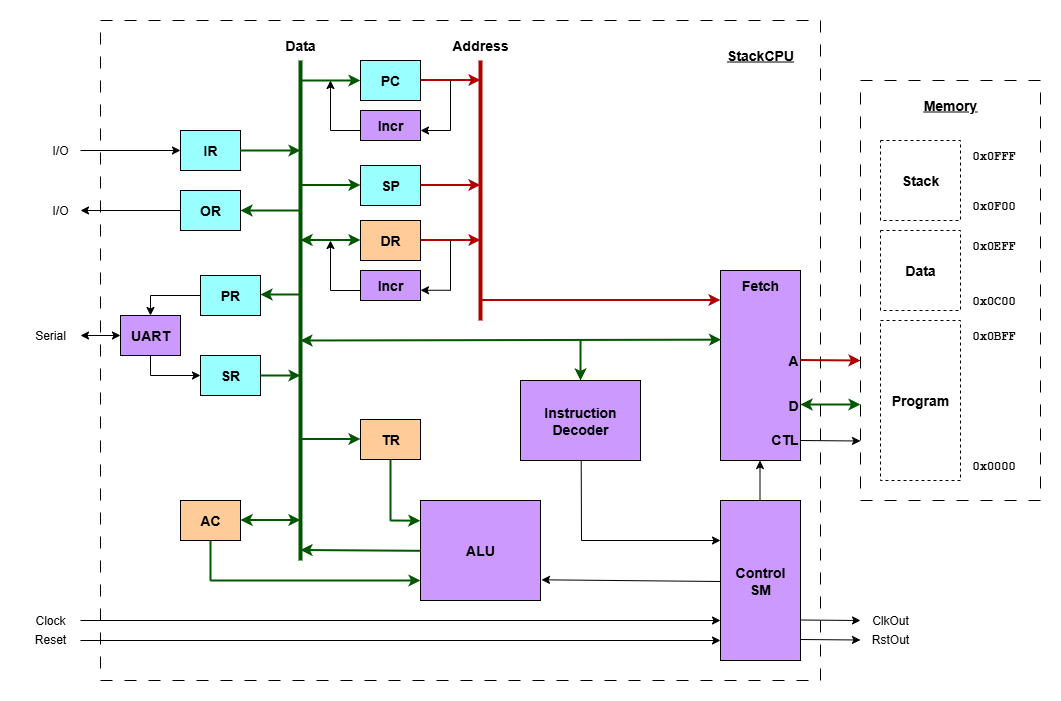
Before: docs/StackCPU-Architecture.png, a diagram exported from draw.io (dervish77/StackCPU). Source tidied: cells renumbered, new cells last; positions are measured from the earlier drawing's top-left corner, leaving out a move shared by most shapes.
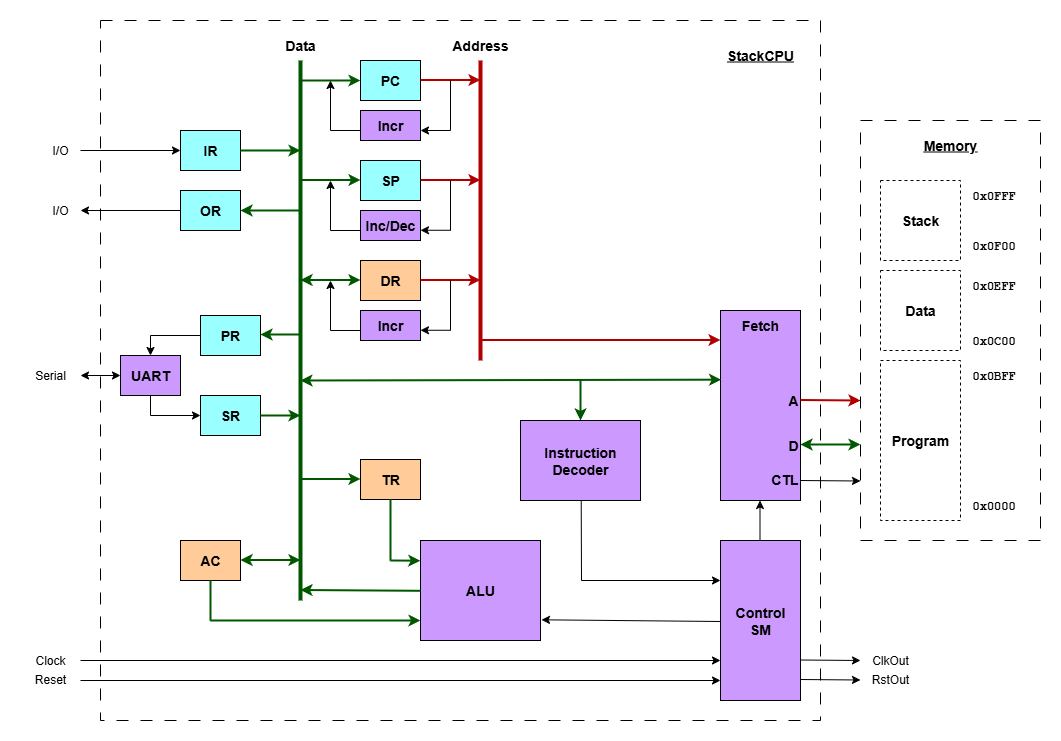
The same file after the commit.

Commit message:
added 'inc/dec' block to SP register on arch diagram

Diff of the diagram source:
```diff
@@ -6,10 +6,10 @@
       <mxGeometry x="840" y="60" width="180" height="420" as="geometry" />
     </mxCell>
     <mxCell id="3" style="rounded=0;whiteSpace=wrap;html=1;dashed=1;dashPattern=12 12;" parent="1" vertex="1">
-      <mxGeometry x="80" width="720" height="660" as="geometry" />
+      <mxGeometry x="80" y="-40" width="720" height="700" as="geometry" />
     </mxCell>
     <mxCell id="4" value="&lt;font style=&quot;font-size: 14px;&quot;&gt;&lt;b&gt;PC&lt;/b&gt;&lt;/font&gt;" style="rounded=0;whiteSpace=wrap;html=1;fillColor=#99FFFF;" parent="1" vertex="1">
-      <mxGeometry x="340" y="40" width="60" height="40" as="geometry" />
+      <mxGeometry x="340" width="60" height="40" as="geometry" />
     </mxCell>
     <mxCell id="5" value="&lt;font style=&quot;font-size: 14px;&quot;&gt;&lt;b&gt;Stack&lt;/b&gt;&lt;/font&gt;" style="rounded=0;whiteSpace=wrap;html=1;dashed=1;" parent="1" vertex="1">
       <mxGeometry x="860" y="120" width="80" height="80" as="geometry" />
@@ -39,7 +39,7 @@
       <mxGeometry x="950" y="120" width="60" height="30" as="geometry" />
     </mxCell>
     <mxCell id="14" value="&lt;font style=&quot;font-size: 14px;&quot;&gt;&lt;b&gt;SP&lt;/b&gt;&lt;/font&gt;" style="rounded=0;whiteSpace=wrap;html=1;fillColor=#99FFFF;" parent="1" vertex="1">
-      <mxGeometry x="340" y="145" width="60" height="40" as="geometry" />
+      <mxGeometry x="340" y="100" width="60" height="40" as="geometry" />
     </mxCell>
     <mxCell id="15" value="&lt;font style=&quot;font-size: 14px;&quot;&gt;&lt;b&gt;DR&lt;/b&gt;&lt;/font&gt;" style="rounded=0;whiteSpace=wrap;html=1;fillColor=#FFCC99;" parent="1" vertex="1">
       <mxGeometry x="340" y="200" width="60" height="40" as="geometry" />
@@ -48,10 +48,10 @@
       <mxGeometry x="160" y="480" width="60" height="40" as="geometry" />
     </mxCell>
     <mxCell id="17" value="&lt;font style=&quot;font-size: 14px;&quot;&gt;&lt;b&gt;IR&lt;/b&gt;&lt;/font&gt;" style="rounded=0;whiteSpace=wrap;html=1;fillColor=#99FFFF;" parent="1" vertex="1">
-      <mxGeometry x="160" y="110" width="60" height="40" as="geometry" />
+      <mxGeometry x="160" y="70" width="60" height="40" as="geometry" />
     </mxCell>
     <mxCell id="18" value="&lt;font style=&quot;font-size: 14px;&quot;&gt;&lt;b&gt;OR&lt;/b&gt;&lt;/font&gt;" style="rounded=0;whiteSpace=wrap;html=1;fillColor=#99FFFF;" parent="1" vertex="1">
-      <mxGeometry x="160" y="170" width="60" height="40" as="geometry" />
+      <mxGeometry x="160" y="130" width="60" height="40" as="geometry" />
     </mxCell>
     <mxCell id="19" value="&lt;font style=&quot;font-size: 14px;&quot;&gt;&lt;b&gt;PR&lt;/b&gt;&lt;/font&gt;" style="rounded=0;whiteSpace=wrap;html=1;fillColor=#99FFFF;" parent="1" vertex="1">
       <mxGeometry x="180" y="255" width="60" height="40" as="geometry" />
@@ -68,45 +68,43 @@
     <mxCell id="23" value="&lt;font style=&quot;font-size: 14px;&quot;&gt;&lt;b&gt;Control&lt;/b&gt;&lt;/font&gt;&lt;div&gt;&lt;font style=&quot;font-size: 14px;&quot;&gt;&lt;b&gt;SM&lt;/b&gt;&lt;/font&gt;&lt;/div&gt;" style="rounded=0;whiteSpace=wrap;html=1;fillColor=#CC99FF;" parent="1" vertex="1">
       <mxGeometry x="700" y="480" width="80" height="160" as="geometry" />
     </mxCell>
-    <mxCell id="24" style="endArrow=none;html=1;rounded=0;strokeWidth=4;fillColor=#008a00;strokeColor=#005700;" parent="1" edge="1">
+    <mxCell id="24" style="endArrow=none;html=1;rounded=0;strokeWidth=4;fillColor=#008a00;strokeColor=#005700;entryX=0.5;entryY=1;entryDx=0;entryDy=0;" parent="1" edge="1" target="26">
       <mxGeometry relative="1" as="geometry">
         <mxPoint x="280" y="540" as="sourcePoint" />
-        <mxPoint x="280" y="40" as="targetPoint" />
       </mxGeometry>
     </mxCell>
-    <mxCell id="25" style="endArrow=none;html=1;rounded=0;strokeWidth=4;fillColor=#e51400;strokeColor=#B20000;" parent="1" edge="1">
+    <mxCell id="25" style="endArrow=none;html=1;rounded=0;strokeWidth=4;fillColor=#e51400;strokeColor=#B20000;entryX=0.5;entryY=1;entryDx=0;entryDy=0;" parent="1" edge="1" target="27">
       <mxGeometry relative="1" as="geometry">
         <mxPoint x="460" y="300" as="sourcePoint" />
-        <mxPoint x="460" y="40" as="targetPoint" />
       </mxGeometry>
     </mxCell>
     <mxCell id="26" value="&lt;font style=&quot;font-size: 14px;&quot;&gt;&lt;b&gt;Data&lt;/b&gt;&lt;/font&gt;" style="text;html=1;align=center;verticalAlign=middle;whiteSpace=wrap;rounded=0;" parent="1" vertex="1">
-      <mxGeometry x="250" y="10" width="60" height="30" as="geometry" />
+      <mxGeometry x="250" y="-30" width="60" height="30" as="geometry" />
     </mxCell>
     <mxCell id="27" value="&lt;font style=&quot;font-size: 14px;&quot;&gt;&lt;b&gt;Address&lt;/b&gt;&lt;/font&gt;" style="text;html=1;align=center;verticalAlign=middle;whiteSpace=wrap;rounded=0;" parent="1" vertex="1">
-      <mxGeometry x="430" y="10" width="60" height="30" as="geometry" />
+      <mxGeometry x="430" y="-30" width="60" height="30" as="geometry" />
     </mxCell>
     <mxCell id="28" style="endArrow=classic;html=1;rounded=0;entryX=0;entryY=0.5;entryDx=0;entryDy=0;fillColor=#008a00;strokeColor=#005700;strokeWidth=2;" parent="1" edge="1" target="4">
       <mxGeometry relative="1" as="geometry">
-        <mxPoint x="280" y="60" as="sourcePoint" />
+        <mxPoint x="280" y="20" as="sourcePoint" />
       </mxGeometry>
     </mxCell>
     <mxCell id="29" style="endArrow=classic;html=1;rounded=0;entryX=0;entryY=0.5;entryDx=0;entryDy=0;fillColor=#008a00;strokeColor=#005700;strokeWidth=2;" parent="1" edge="1">
       <mxGeometry relative="1" as="geometry">
-        <mxPoint x="280" y="164.5" as="sourcePoint" />
-        <mxPoint x="340" y="164.5" as="targetPoint" />
+        <mxPoint x="280" y="119.5" as="sourcePoint" />
+        <mxPoint x="340" y="119.5" as="targetPoint" />
       </mxGeometry>
     </mxCell>
     <mxCell id="30" style="endArrow=classic;html=1;rounded=0;entryX=0;entryY=0.5;entryDx=0;entryDy=0;fillColor=#e51400;strokeColor=#B20000;strokeWidth=2;" parent="1" edge="1">
       <mxGeometry relative="1" as="geometry">
-        <mxPoint x="400" y="59.5" as="sourcePoint" />
-        <mxPoint x="460" y="59.5" as="targetPoint" />
+        <mxPoint x="400" y="19.5" as="sourcePoint" />
+        <mxPoint x="460" y="19.5" as="targetPoint" />
       </mxGeometry>
     </mxCell>
     <mxCell id="31" style="endArrow=classic;html=1;rounded=0;entryX=0;entryY=0.5;entryDx=0;entryDy=0;fillColor=#e51400;strokeColor=#B20000;strokeWidth=2;" parent="1" edge="1">
       <mxGeometry relative="1" as="geometry">
-        <mxPoint x="400" y="164.5" as="sourcePoint" />
-        <mxPoint x="460" y="164.5" as="targetPoint" />
+        <mxPoint x="400" y="119.5" as="sourcePoint" />
+        <mxPoint x="460" y="119.5" as="targetPoint" />
       </mxGeometry>
     </mxCell>
     <mxCell id="32" style="endArrow=classic;html=1;rounded=0;entryX=0;entryY=0.5;entryDx=0;entryDy=0;fillColor=#e51400;strokeColor=#B20000;strokeWidth=2;" parent="1" edge="1">
@@ -141,14 +139,14 @@
     </mxCell>
     <mxCell id="38" style="endArrow=classic;html=1;rounded=0;fillColor=#008a00;strokeColor=#005700;strokeWidth=2;" parent="1" edge="1">
       <mxGeometry relative="1" as="geometry">
-        <mxPoint x="280" y="190" as="sourcePoint" />
-        <mxPoint x="220" y="190" as="targetPoint" />
+        <mxPoint x="280" y="150" as="sourcePoint" />
+        <mxPoint x="220" y="150" as="targetPoint" />
       </mxGeometry>
     </mxCell>
     <mxCell id="39" style="endArrow=classic;html=1;rounded=0;entryX=0;entryY=0.5;entryDx=0;entryDy=0;fillColor=#008a00;strokeColor=#005700;strokeWidth=2;" parent="1" edge="1">
       <mxGeometry relative="1" as="geometry">
-        <mxPoint x="220" y="130" as="sourcePoint" />
-        <mxPoint x="280" y="130" as="targetPoint" />
+        <mxPoint x="220" y="90" as="sourcePoint" />
+        <mxPoint x="280" y="90" as="targetPoint" />
       </mxGeometry>
     </mxCell>
     <mxCell id="40" style="endArrow=classic;html=1;rounded=0;fillColor=#008a00;strokeColor=#005700;strokeWidth=2;" parent="1" edge="1">
@@ -188,29 +186,29 @@
     </mxCell>
     <mxCell id="46" style="endArrow=classic;html=1;rounded=0;" parent="1" edge="1">
       <mxGeometry relative="1" as="geometry">
-        <mxPoint x="160" y="190" as="sourcePoint" />
-        <mxPoint x="60" y="190" as="targetPoint" />
+        <mxPoint x="160" y="150" as="sourcePoint" />
+        <mxPoint x="60" y="150" as="targetPoint" />
       </mxGeometry>
     </mxCell>
     <mxCell id="47" style="endArrow=classic;html=1;rounded=0;entryX=0;entryY=0.5;entryDx=0;entryDy=0;" parent="1" edge="1" target="17">
       <mxGeometry relative="1" as="geometry">
-        <mxPoint x="60" y="130" as="sourcePoint" />
+        <mxPoint x="60" y="90" as="sourcePoint" />
       </mxGeometry>
     </mxCell>
     <mxCell id="48" value="&lt;font&gt;&lt;b&gt;&lt;u&gt;Memory&lt;/u&gt;&lt;/b&gt;&lt;/font&gt;" style="text;html=1;align=center;verticalAlign=middle;whiteSpace=wrap;rounded=0;fontSize=14;" parent="1" vertex="1">
       <mxGeometry x="900" y="70" width="60" height="30" as="geometry" />
     </mxCell>
     <mxCell id="49" value="I/O" style="text;html=1;align=center;verticalAlign=middle;whiteSpace=wrap;rounded=0;" parent="1" vertex="1">
-      <mxGeometry x="10" y="115" width="60" height="30" as="geometry" />
+      <mxGeometry x="10" y="75" width="60" height="30" as="geometry" />
     </mxCell>
     <mxCell id="50" value="I/O" style="text;html=1;align=center;verticalAlign=middle;whiteSpace=wrap;rounded=0;" parent="1" vertex="1">
-      <mxGeometry x="10" y="175" width="60" height="30" as="geometry" />
+      <mxGeometry x="10" y="135" width="60" height="30" as="geometry" />
     </mxCell>
     <mxCell id="51" value="Serial" style="text;html=1;align=center;verticalAlign=middle;whiteSpace=wrap;rounded=0;" parent="1" vertex="1">
       <mxGeometry y="300" width="60" height="30" as="geometry" />
     </mxCell>
     <mxCell id="52" value="&lt;font&gt;&lt;b&gt;&lt;u&gt;StackCPU&lt;/u&gt;&lt;/b&gt;&lt;/font&gt;" style="text;html=1;align=center;verticalAlign=middle;whiteSpace=wrap;rounded=0;fontSize=14;" parent="1" vertex="1">
-      <mxGeometry x="710" y="20" width="60" height="30" as="geometry" />
+      <mxGeometry x="710" y="-20" width="60" height="30" as="geometry" />
     </mxCell>
     <mxCell id="53" style="endArrow=classic;html=1;rounded=0;exitX=1;exitY=0.5;exitDx=0;exitDy=0;" parent="1" edge="1" source="54">
       <mxGeometry relative="1" as="geometry">
@@ -346,33 +344,33 @@
       <mxGeometry y="604" width="60" height="30" as="geometry" />
     </mxCell>
     <mxCell id="81" value="&lt;font style=&quot;font-size: 14px;&quot;&gt;&lt;b&gt;Incr&lt;/b&gt;&lt;/font&gt;" style="rounded=0;whiteSpace=wrap;html=1;fillColor=#CC99FF;" parent="1" vertex="1">
-      <mxGeometry x="340" y="90" width="60" height="30" as="geometry" />
+      <mxGeometry x="340" y="50" width="60" height="30" as="geometry" />
     </mxCell>
     <mxCell id="82" value="&lt;font style=&quot;font-size: 14px;&quot;&gt;&lt;b&gt;Incr&lt;/b&gt;&lt;/font&gt;" style="rounded=0;whiteSpace=wrap;html=1;fillColor=#CC99FF;" parent="1" vertex="1">
       <mxGeometry x="340" y="250" width="60" height="30" as="geometry" />
     </mxCell>
     <mxCell id="83" style="endArrow=none;html=1;rounded=0;" parent="1" edge="1">
       <mxGeometry relative="1" as="geometry">
-        <mxPoint x="430" y="110" as="sourcePoint" />
-        <mxPoint x="430" y="60" as="targetPoint" />
+        <mxPoint x="430" y="70" as="sourcePoint" />
+        <mxPoint x="430" y="20" as="targetPoint" />
       </mxGeometry>
     </mxCell>
     <mxCell id="84" style="endArrow=classic;html=1;rounded=0;" parent="1" edge="1">
       <mxGeometry relative="1" as="geometry">
-        <mxPoint x="430" y="110" as="sourcePoint" />
-        <mxPoint x="400" y="110" as="targetPoint" />
+        <mxPoint x="430" y="70" as="sourcePoint" />
+        <mxPoint x="400" y="70" as="targetPoint" />
       </mxGeometry>
     </mxCell>
     <mxCell id="85" style="endArrow=none;html=1;rounded=0;" parent="1" edge="1">
       <mxGeometry relative="1" as="geometry">
-        <mxPoint x="310" y="110" as="sourcePoint" />
-        <mxPoint x="340" y="110" as="targetPoint" />
+        <mxPoint x="310" y="70" as="sourcePoint" />
+        <mxPoint x="340" y="70" as="targetPoint" />
       </mxGeometry>
     </mxCell>
     <mxCell id="86" style="endArrow=classic;html=1;rounded=0;" parent="1" edge="1">
       <mxGeometry relative="1" as="geometry">
-        <mxPoint x="310" y="110" as="sourcePoint" />
-        <mxPoint x="310" y="60" as="targetPoint" />
+        <mxPoint x="310" y="70" as="sourcePoint" />
+        <mxPoint x="310" y="20" as="targetPoint" />
       </mxGeometry>
     </mxCell>
     <mxCell id="87" style="endArrow=none;html=1;rounded=0;" parent="1" edge="1">
@@ -399,5 +397,32 @@
         <mxPoint x="310" y="220" as="targetPoint" />
       </mxGeometry>
     </mxCell>
+    <mxCell id="91" value="&lt;font style=&quot;font-size: 14px;&quot;&gt;&lt;b&gt;Inc/Dec&lt;/b&gt;&lt;/font&gt;" style="rounded=0;whiteSpace=wrap;html=1;fillColor=#CC99FF;" parent="1" vertex="1">
+      <mxGeometry x="340" y="150" width="60" height="30" as="geometry" />
+    </mxCell>
+    <mxCell id="92" style="endArrow=none;html=1;rounded=0;" parent="1" edge="1">
+      <mxGeometry relative="1" as="geometry">
+        <mxPoint x="430" y="170" as="sourcePoint" />
+        <mxPoint x="430" y="120" as="targetPoint" />
+      </mxGeometry>
+    </mxCell>
+    <mxCell id="93" style="endArrow=classic;html=1;rounded=0;" parent="1" edge="1">
+      <mxGeometry relative="1" as="geometry">
+        <mxPoint x="430" y="169.8" as="sourcePoint" />
+        <mxPoint x="400" y="169.8" as="targetPoint" />
+      </mxGeometry>
+    </mxCell>
+    <mxCell id="94" style="endArrow=none;html=1;rounded=0;" parent="1" edge="1">
+      <mxGeometry relative="1" as="geometry">
+        <mxPoint x="310" y="170" as="sourcePoint" />
+        <mxPoint x="340" y="170" as="targetPoint" />
+      </mxGeometry>
+    </mxCell>
+    <mxCell id="95" style="endArrow=classic;html=1;rounded=0;" parent="1" edge="1">
+      <mxGeometry relative="1" as="geometry">
+        <mxPoint x="310" y="170" as="sourcePoint" />
+        <mxPoint x="310" y="120" as="targetPoint" />
+      </mxGeometry>
+    </mxCell>
   </root>
 </mxGraphModel>
```
